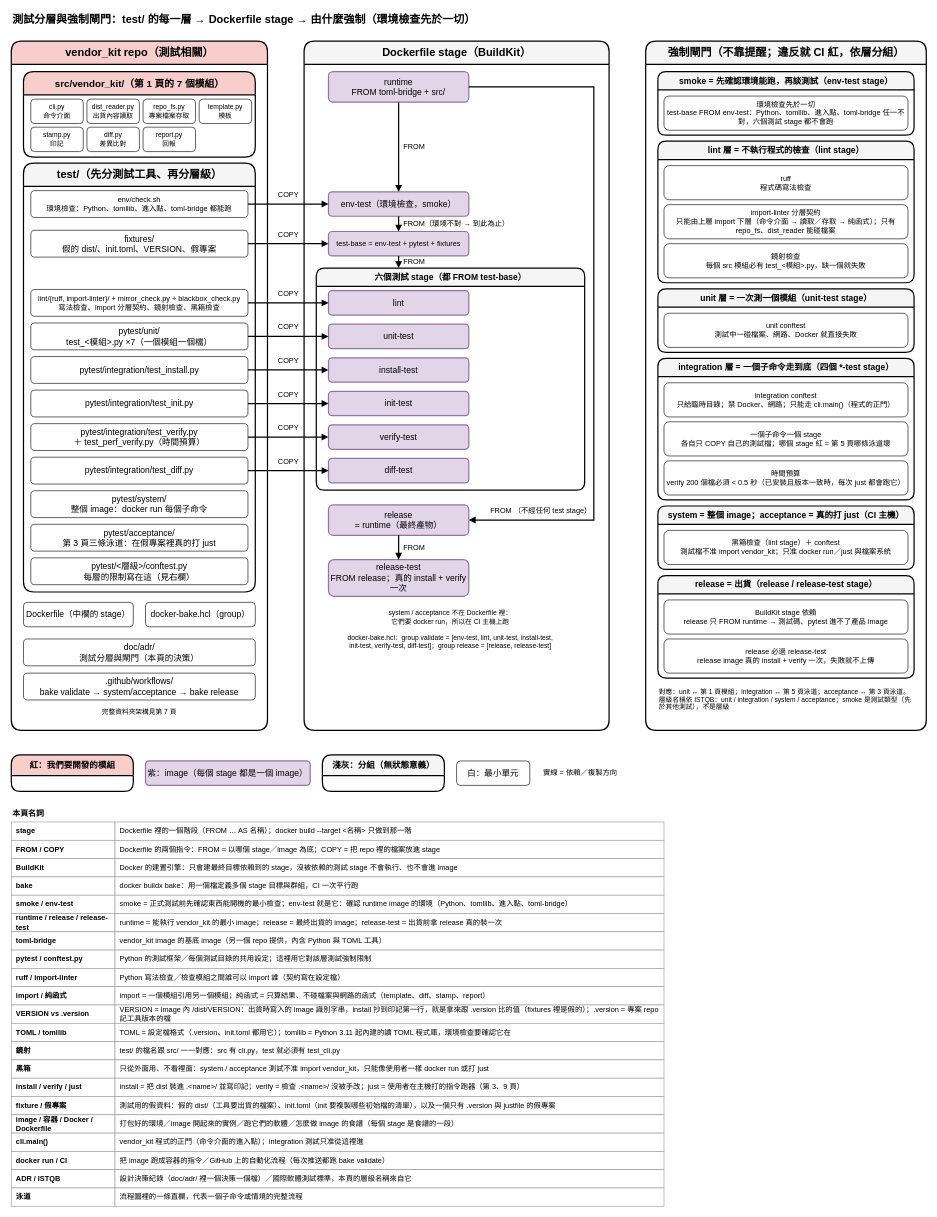
This is page "8. 測試分層與強制閘門" (8 of 10) of dist_distribution.drawio from ycpss91255-research/vendor_kit, a draw.io file, before an edit. Source tidied: cells renumbered, new cells numbered last; positions are measured from the earlier drawing's top-left corner, leaving out a move shared by most shapes. Both pictures are drawn from the tidied source at 61%, with x=0, y=0 at pixel (11, 10).
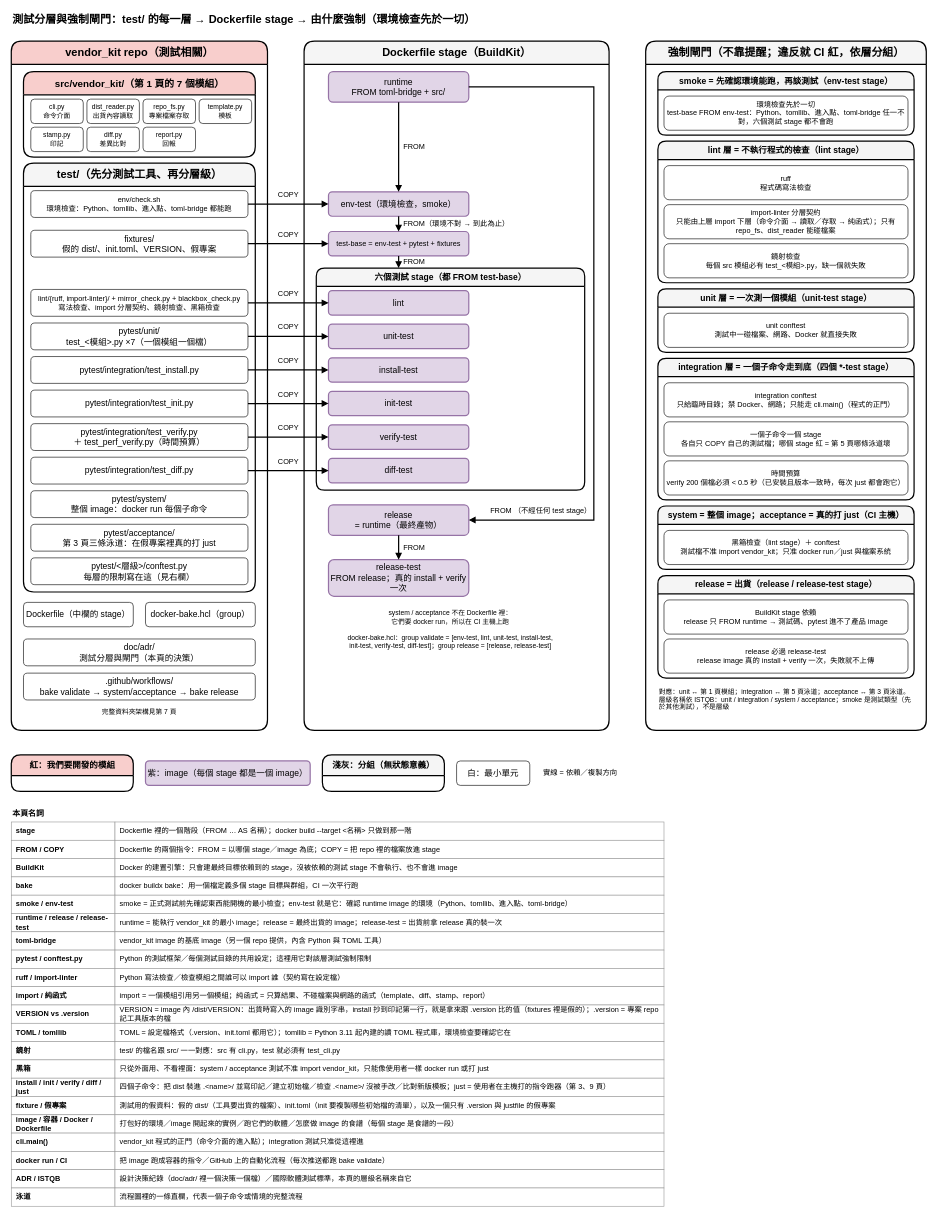
Above is the later version.

Commit message (it also covers changes not shown here):
第 4 輪：第 2 頁重排（f8 標籤落在框外、p_t 不斷行）、第 7 頁 dist 說明、第 8 頁四子命令名詞、第 9 頁 upgrade 定義與線對齊、第 10 頁「沒有才寫」與 vendor.just 說明

Diff of the diagram source:
```diff
@@
-    <mxCell id="110" value="install / verify / just" style="rounded=0;whiteSpace=wrap;html=1;fillColor=#ffffff;strokeColor=#999999;fontSize=12;fontStyle=1;align=left;spacingLeft=6;strokeWidth=1;" parent="1" vertex="1">
+    <mxCell id="110" value="install / init / verify / diff / just" style="rounded=0;whiteSpace=wrap;html=1;fillColor=#ffffff;strokeColor=#999999;fontSize=12;fontStyle=1;align=left;spacingLeft=6;strokeWidth=1;" parent="1" vertex="1">
       <mxGeometry y="1750" width="170" height="30" as="geometry" />
     </mxCell>
-    <mxCell id="111" value="install = 把 dist 裝進 .&amp;lt;name&amp;gt;/ 並寫印記；verify = 檢查 .&amp;lt;name&amp;gt;/ 沒被手改；just = 使用者在主機打的指令跑器（第 3、9 頁）" style="rounded=0;whiteSpace=wrap;html=1;fillColor=#ffffff;strokeColor=#999999;fontSize=12;align=left;spacingLeft=6;strokeWidth=1;" parent="1" vertex="1">
+    <mxCell id="111" value="四個子命令：把 dist 裝進 .&amp;lt;name&amp;gt;/ 並寫印記／建立初始檔／檢查 .&amp;lt;name&amp;gt;/ 沒被手改／比對新版模板；just = 使用者在主機打的指令跑器（第 3、9 頁）" style="rounded=0;whiteSpace=wrap;html=1;fillColor=#ffffff;strokeColor=#999999;fontSize=12;align=left;spacingLeft=6;strokeWidth=1;" parent="1" vertex="1">
       <mxGeometry x="170" y="1750" width="900" height="30" as="geometry" />
     </mxCell>
```
